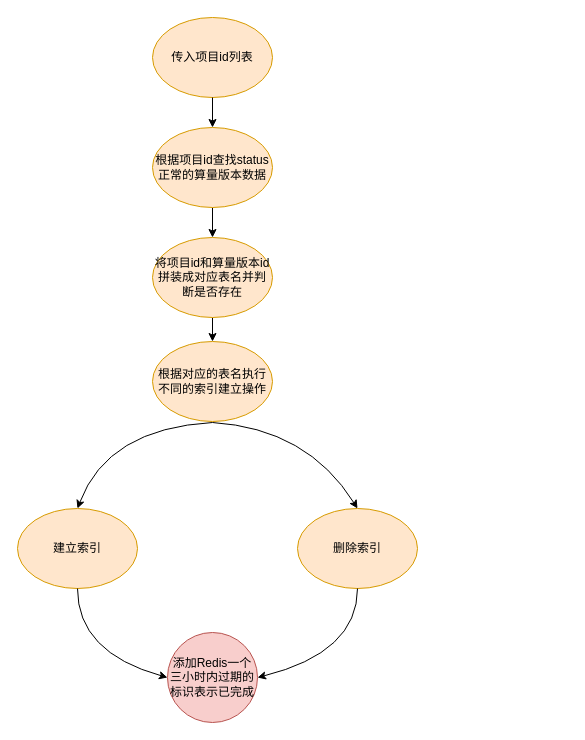
Above: draw.io/建立索引流程图.drawio in KeatonLi/pictures (draw.io), before the change. Source tidied: cells renumbered, new cells numbered last; positions are measured from the earlier drawing's top-left corner, leaving out a move shared by most shapes. Both pictures are drawn from the tidied source at 100%, with x=0, y=0 at pixel (17, 17).
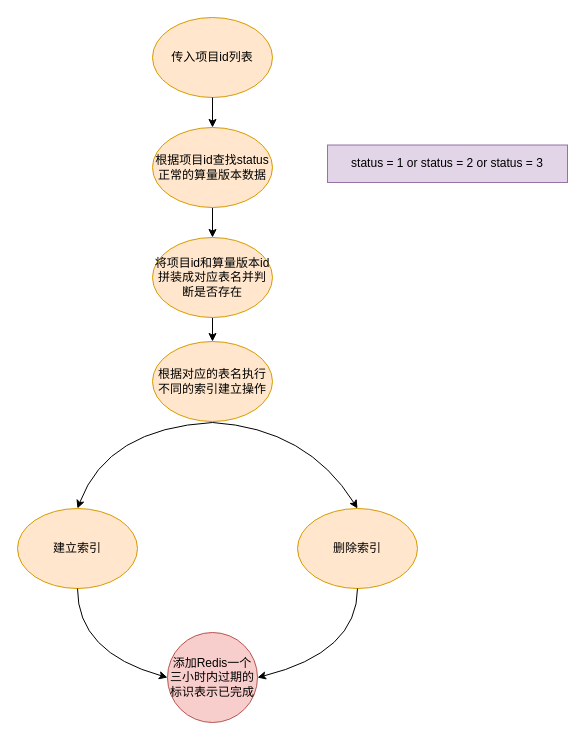
After the change.

Commit message (it also covers changes not shown here):
更新建立索引流程图.drawio

Diff of the diagram source:
```diff
@@
+    <mxCell id="16" value="status = 1 or status = 2 or status = 3" style="rounded=0;whiteSpace=wrap;html=1;fillColor=#e1d5e7;strokeColor=#9673a6;" parent="1" vertex="1">
+      <mxGeometry x="310" y="127.5" width="240" height="37.5" as="geometry" />
+    </mxCell>
```
